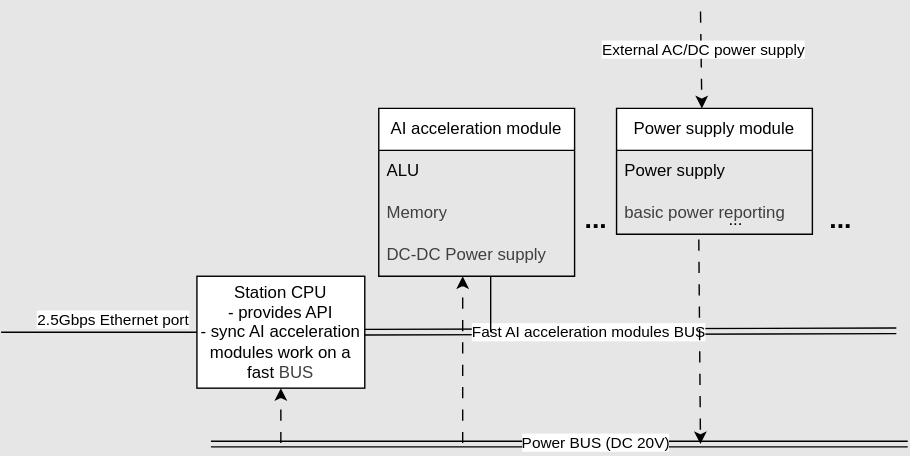
Earlier version of the draw.io export arch.drawio.svg (adrianscheit/open-ai-station). Source tidied: cells renumbered, new cells last; positions are measured from the earlier drawing's top-left corner, leaving out a move shared by most shapes.
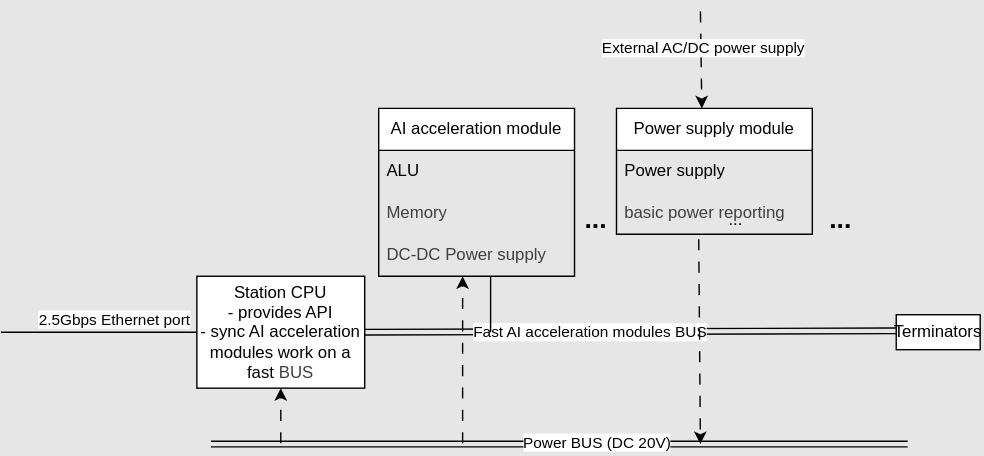
Later version of the same file.

Commit message:
Add terminators on the arch diagram

The edit, as a diff of the source:
```diff
@@ -99,5 +99,8 @@
     <mxCell id="24" value="..." style="text;html=1;align=center;verticalAlign=middle;strokeColor=none;fillColor=none;fontStyle=1;fontSize=19;" parent="1" vertex="1">
       <mxGeometry x="580" y="130" width="40" height="40" as="geometry" />
     </mxCell>
+    <mxCell id="25" value="Terminators" style="rounded=0;whiteSpace=wrap;html=1;" parent="1" vertex="1">
+      <mxGeometry x="640" y="217.5" width="60" height="25" as="geometry" />
+    </mxCell>
   </root>
 </mxGraphModel>
```
